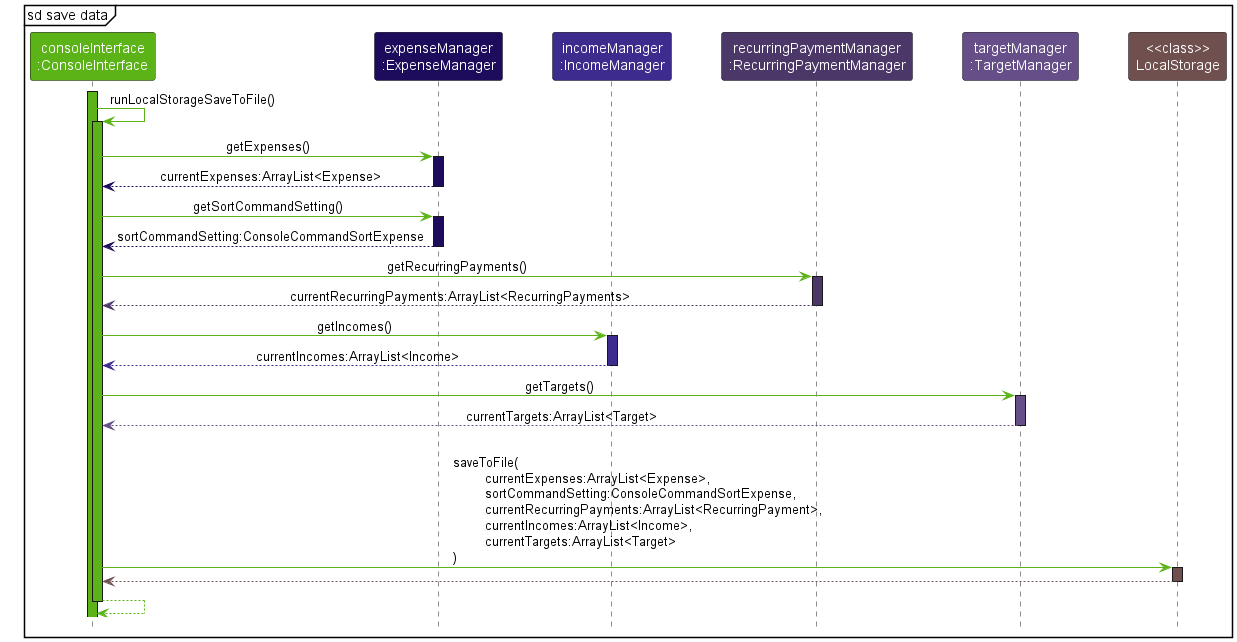
Above: docs/images/ImplementationSDSaveData.png in nus-cs2113-AY2223S1/tp (PlantUML), before the change. Source of this version:
```plantuml
@startuml
!include https://raw.githubusercontent.com/xzynos/tp/branch-Webpage/docs/diagrams/Styles.puml

skinparam noteTextAlignment left

mainframe sd save data
Participant "consoleInterface\n:ConsoleInterface" as consoleInterface USER_INTERFACE_COLOR_1
Participant "expenseManager\n:ExpenseManager" as expenseManager DATA_COLOR_1
Participant "incomeManager\n:IncomeManager" as incomeManager DATA_COLOR_2
Participant "recurringPaymentManager\n:RecurringPaymentManager" as recurringPaymentManager DATA_COLOR_3
Participant "targetManager\n:TargetManager" as targetManager DATA_COLOR_4

Participant "<<class>>\nLocalStorage" as LocalStorage STORAGE_COLOR_1

activate consoleInterface USER_INTERFACE_COLOR_1

consoleInterface -[USER_INTERFACE_COLOR_1]> consoleInterface : runLocalStorageSaveToFile()
activate consoleInterface USER_INTERFACE_COLOR_1

consoleInterface -[USER_INTERFACE_COLOR_1]> expenseManager : getExpenses()
activate expenseManager DATA_COLOR_1

expenseManager --[DATA_COLOR_1]> consoleInterface : currentExpenses:ArrayList<Expense>
deactivate expenseManager

consoleInterface -[USER_INTERFACE_COLOR_1]> expenseManager : getSortCommandSetting()
activate expenseManager DATA_COLOR_1

expenseManager --[DATA_COLOR_1]> consoleInterface : sortCommandSetting:ConsoleCommandSortExpense
deactivate expenseManager

consoleInterface -[USER_INTERFACE_COLOR_1]> recurringPaymentManager : getRecurringPayments()
activate recurringPaymentManager DATA_COLOR_3

recurringPaymentManager --[DATA_COLOR_3]> consoleInterface : currentRecurringPayments:ArrayList<RecurringPayments>
deactivate recurringPaymentManager

consoleInterface -[USER_INTERFACE_COLOR_1]> incomeManager : getIncomes()
activate incomeManager DATA_COLOR_2

incomeManager --[DATA_COLOR_2]> consoleInterface : currentIncomes:ArrayList<Income>
deactivate incomeManager

consoleInterface -[USER_INTERFACE_COLOR_1]> targetManager : getTargets()
activate targetManager DATA_COLOR_4

targetManager --[DATA_COLOR_4]> consoleInterface : currentTargets:ArrayList<Target>
deactivate targetManager

consoleInterface -[USER_INTERFACE_COLOR_1]> LocalStorage : \lsaveToFile(\n\tcurrentExpenses:ArrayList<Expense>,\n\tsortCommandSetting:ConsoleCommandSortExpense,\n\tcurrentRecurringPayments:ArrayList<RecurringPayment>,\n\tcurrentIncomes:ArrayList<Income>,\n\tcurrentTargets:ArrayList<Target>\n)
activate LocalStorage STORAGE_COLOR_1

LocalStorage --[STORAGE_COLOR_1]> consoleInterface
deactivate LocalStorage

consoleInterface --[USER_INTERFACE_COLOR_1]> consoleInterface
deactivate consoleInterface
@enduml
```
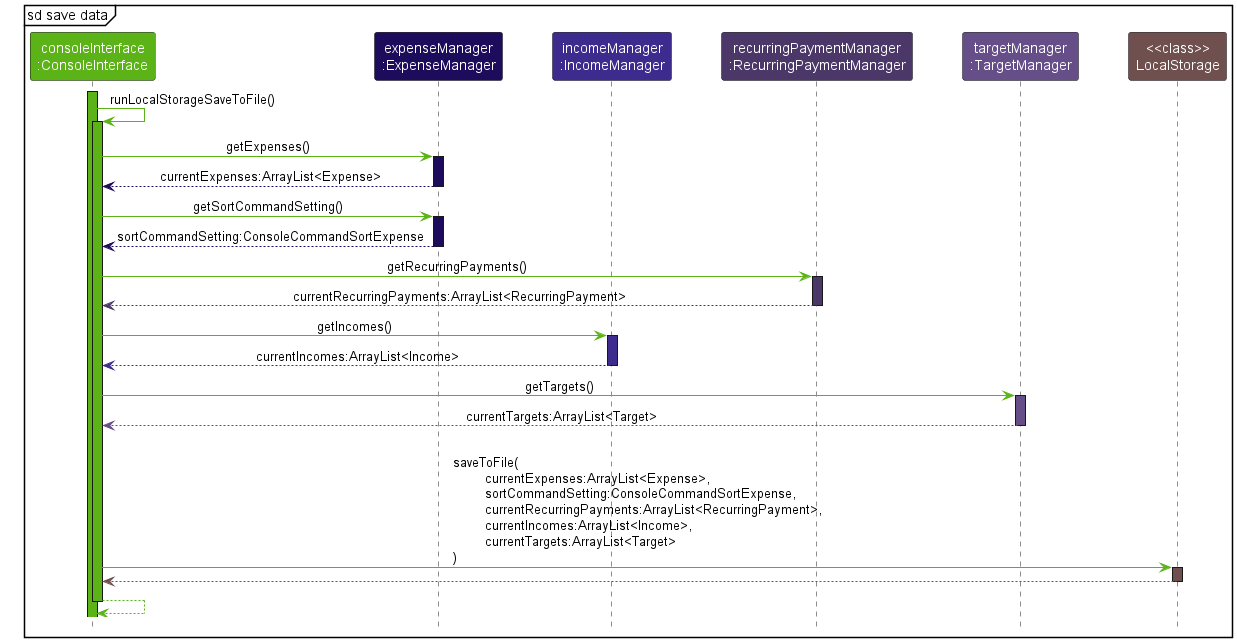
The same diagram one commit later.

Diff of the diagram source:
```diff
@@ -32,7 +32,7 @@
 consoleInterface -[USER_INTERFACE_COLOR_1]> recurringPaymentManager : getRecurringPayments()
 activate recurringPaymentManager DATA_COLOR_3
 
-recurringPaymentManager --[DATA_COLOR_3]> consoleInterface : currentRecurringPayments:ArrayList<RecurringPayments>
+recurringPaymentManager --[DATA_COLOR_3]> consoleInterface : currentRecurringPayments:ArrayList<RecurringPayment>
 deactivate recurringPaymentManager
 
 consoleInterface -[USER_INTERFACE_COLOR_1]> incomeManager : getIncomes()
```
